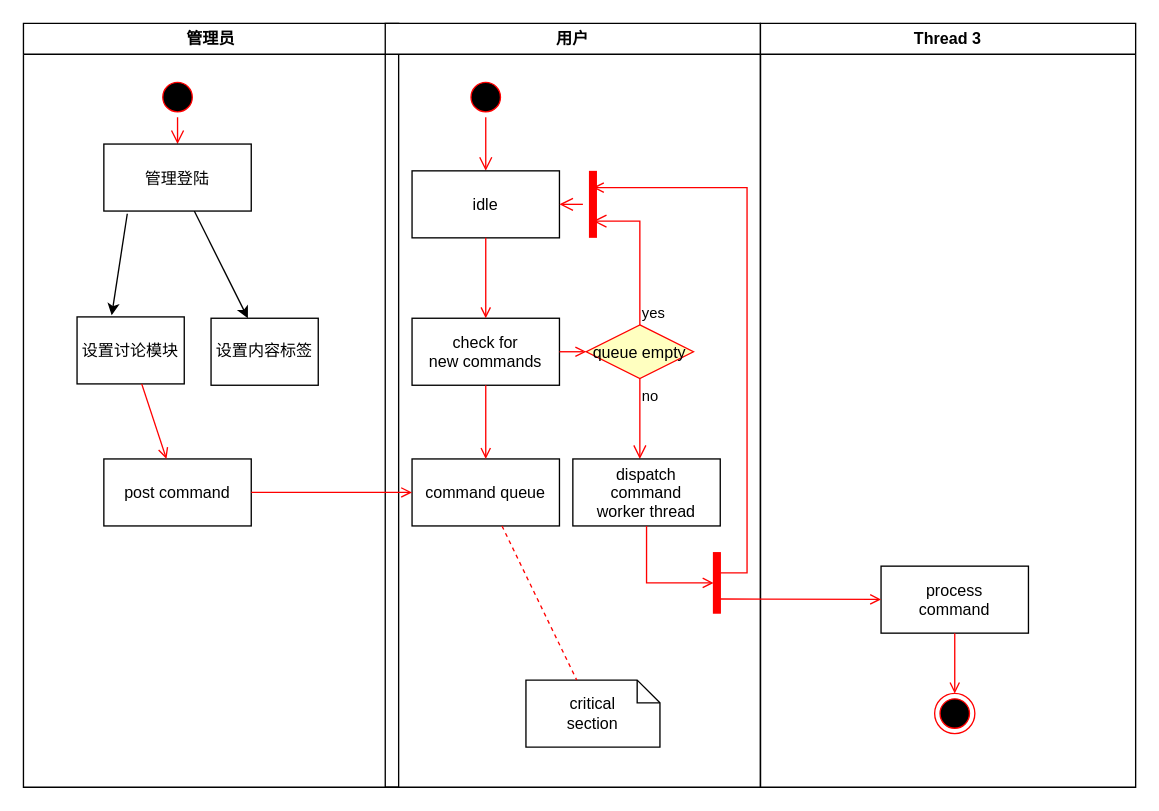
The draw.io diagram page "Page-1" (1 of 2) of 未命名绘图.drawio in zwz-create/star, before the edit. Source tidied: cells renumbered, new cells numbered last; positions are measured from the earlier drawing's top-left corner, leaving out a move shared by most shapes. Both pictures are drawn from the tidied source at 134%, with x=0, y=0 at pixel (23, 23).
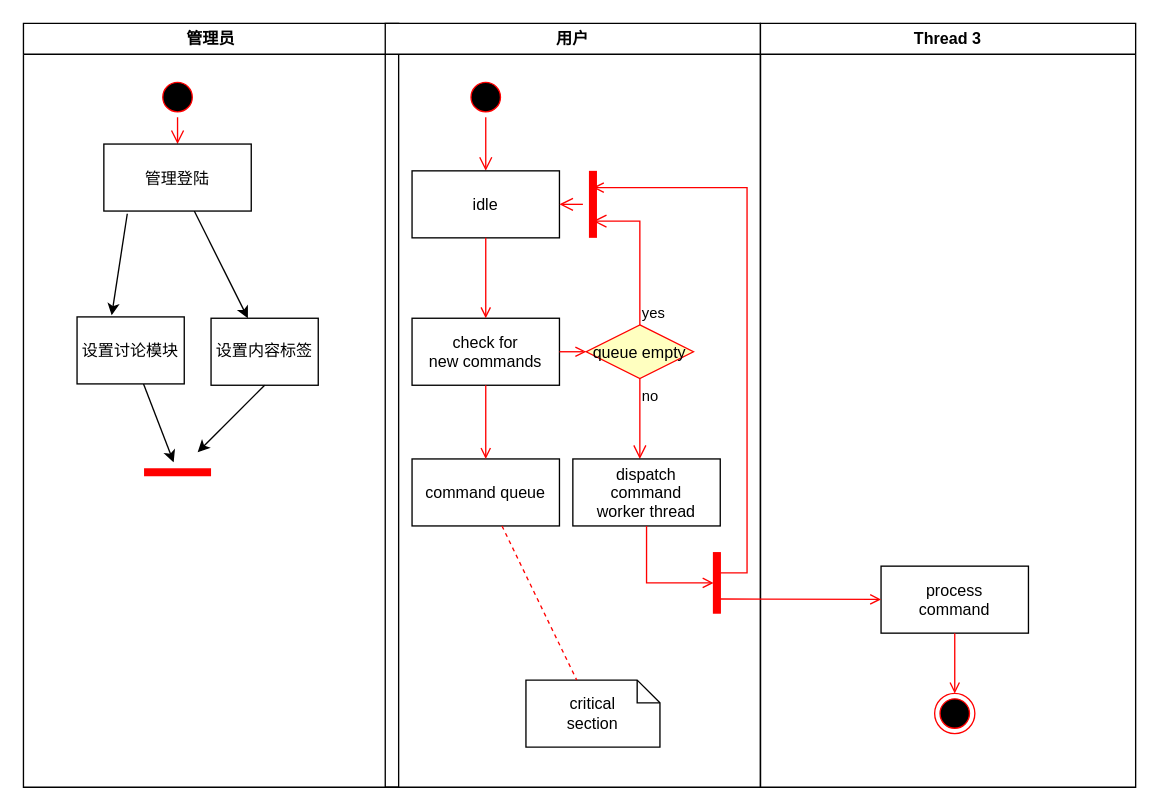
The same page after the edit.

Commit message:
更新未命名绘图.drawio

The change refers to these unchanged cells:
```xml
<mxCell id="2" value="管理员" style="swimlane;whiteSpace=wrap;" parent="1" vertex="1">
  <mxGeometry width="280" height="570" as="geometry" />
</mxCell>
<mxCell id="7" value="设置讨论模块" parent="2" vertex="1">
  <mxGeometry x="40" y="219" width="80" height="50" as="geometry" />
</mxCell>
<mxCell id="11" value="设置内容标签" style="rounded=0;whiteSpace=wrap;html=1;" parent="2" vertex="1">
  <mxGeometry x="140" y="220" width="80" height="50" as="geometry" />
</mxCell>
<mxCell id="18" value="command queue" parent="12" vertex="1">
  <mxGeometry x="20" y="325" width="110" height="50" as="geometry" />
</mxCell>
```

Diff of the diagram source:
```diff
@@
+    <mxCell id="38" style="edgeStyle=none;rounded=0;jettySize=auto;html=1;" parent="2" edge="1" source="7" target="39">
+      <mxGeometry relative="1" as="geometry" />
+    </mxCell>
@@
-    <mxCell id="8" value="post command" parent="2" vertex="1">
-      <mxGeometry x="60" y="325" width="110" height="50" as="geometry" />
-    </mxCell>
-    <mxCell id="9" style="endArrow=open;strokeColor=#FF0000;endFill=1;rounded=0;" parent="2" edge="1" source="7" target="8">
-      <mxGeometry relative="1" as="geometry" />
-    </mxCell>
@@
+    <mxCell id="39" style="shape=line;strokeWidth=6;strokeColor=#ff0000;rotation=90;direction=south;" parent="2" vertex="1">
+      <mxGeometry x="107.5" y="310" width="15" height="50" as="geometry" />
+    </mxCell>
+    <mxCell id="40" style="endArrow=classic;html=1;rounded=0;exitX=0.5;exitY=1;exitDx=0;exitDy=0;" parent="2" edge="1" source="11">
+      <mxGeometry relative="1" as="geometry">
+        <mxPoint x="130" y="320" as="targetPoint" />
+      </mxGeometry>
+    </mxCell>
@@
-    <mxCell id="37" style="endArrow=open;strokeColor=#FF0000;endFill=1;rounded=0;" parent="1" edge="1" source="8" target="18">
-      <mxGeometry relative="1" as="geometry" />
-    </mxCell>
```
